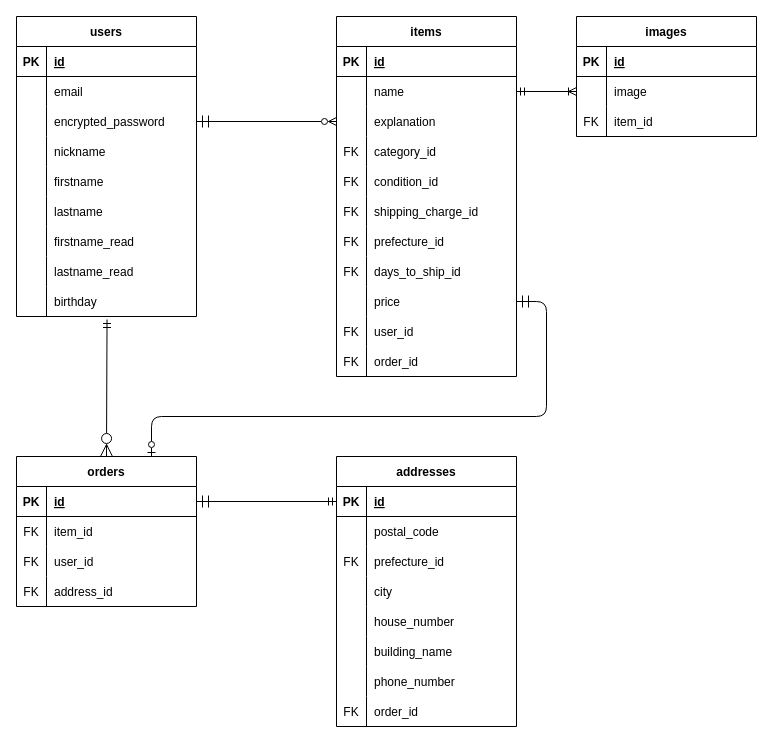
Before: er.dio in nagahiroBass/furima-37731, a draw.io diagram. Source tidied: cells renumbered, new cells numbered last; positions are measured from the earlier drawing's top-left corner, leaving out a move shared by most shapes. Both pictures are drawn from the tidied source at 100%, with x=0, y=0 at pixel (16, 16).
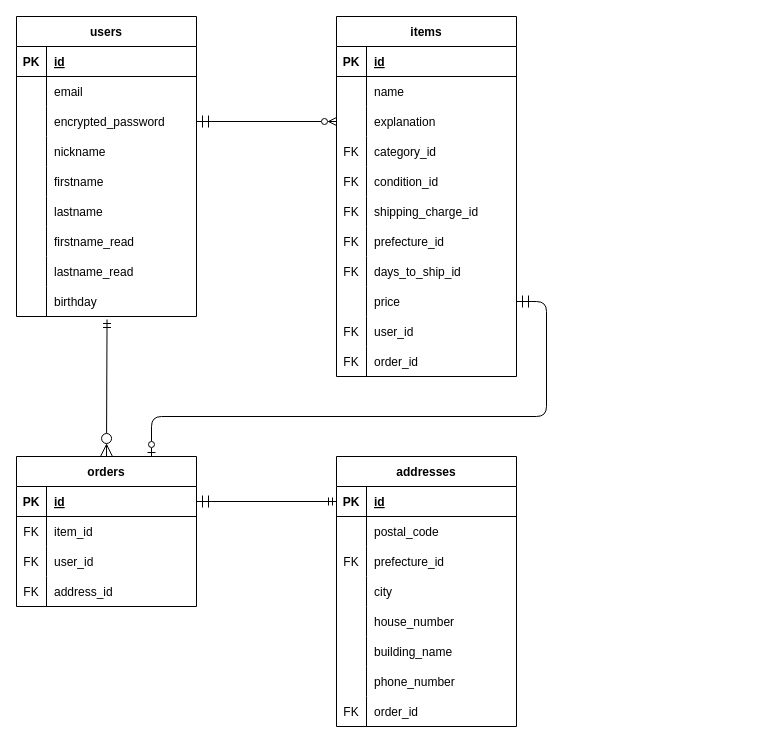
The same diagram, later.

Commit message (it also covers changes not shown here):
imagesテーブルの削除

The change refers to these unchanged cells:
```xml
<mxCell id="34" style="shape=partialRectangle;fillColor=none;top=0;left=0;bottom=0;right=0;points=[[0,0.5],[1,0.5]];portConstraint=eastwest;" parent="30" vertex="1">
  <mxGeometry y="60" width="180" height="30" as="geometry" />
</mxCell>
```

The edit, as a diff of the source:
```diff
@@
-    <mxCell id="106" value="images" style="shape=table;startSize=30;childLayout=tableLayout;rowLines=0;fontStyle=1;align=center;" parent="1" vertex="1">
-      <mxGeometry x="560" width="180" height="120" as="geometry" />
-    </mxCell>
-    <mxCell id="107" style="shape=partialRectangle;fillColor=none;top=0;left=0;bottom=1;right=0;" parent="106" vertex="1">
-      <mxGeometry y="30" width="180" height="30" as="geometry" />
-    </mxCell>
-    <mxCell id="108" value="PK" style="shape=partialRectangle;fillColor=none;top=0;left=0;bottom=0;right=0;fontStyle=1;overflow=hidden;" parent="107" vertex="1">
-      <mxGeometry width="30" height="30" as="geometry" />
-    </mxCell>
-    <mxCell id="109" value="id" style="shape=partialRectangle;fillColor=none;top=0;left=0;bottom=0;right=0;align=left;spacingLeft=6;fontStyle=5;overflow=hidden;" parent="107" vertex="1">
-      <mxGeometry x="30" width="150" height="30" as="geometry" />
-    </mxCell>
-    <mxCell id="110" style="shape=partialRectangle;fillColor=none;top=0;left=0;bottom=0;right=0;points=[[0,0.5],[1,0.5]];portConstraint=eastwest;" parent="106" vertex="1">
-      <mxGeometry y="60" width="180" height="30" as="geometry" />
-    </mxCell>
-    <mxCell id="111" style="shape=partialRectangle;fillColor=none;top=0;left=0;bottom=0;right=0;overflow=hidden;" parent="110" vertex="1">
-      <mxGeometry width="30" height="30" as="geometry" />
-    </mxCell>
-    <mxCell id="112" value="image" style="shape=partialRectangle;fillColor=none;top=0;left=0;bottom=0;right=0;align=left;spacingLeft=6;overflow=hidden;" parent="110" vertex="1">
-      <mxGeometry x="30" width="150" height="30" as="geometry" />
-    </mxCell>
-    <mxCell id="113" style="shape=partialRectangle;fillColor=none;top=0;left=0;bottom=0;right=0;" parent="106" vertex="1">
-      <mxGeometry y="90" width="180" height="30" as="geometry" />
-    </mxCell>
-    <mxCell id="114" value="FK" style="shape=partialRectangle;fillColor=none;top=0;left=0;bottom=0;right=0;overflow=hidden;" parent="113" vertex="1">
-      <mxGeometry width="30" height="30" as="geometry" />
-    </mxCell>
-    <mxCell id="115" value="item_id" style="shape=partialRectangle;fillColor=none;top=0;left=0;bottom=0;right=0;align=left;spacingLeft=6;overflow=hidden;" parent="113" vertex="1">
-      <mxGeometry x="30" width="150" height="30" as="geometry" />
-    </mxCell>
-    <mxCell id="116" style="edgeStyle=none;html=1;exitX=1;exitY=0.5;exitDx=0;exitDy=0;endArrow=ERoneToMany;endFill=0;startArrow=ERmandOne;startFill=0;" parent="1" edge="1" source="34" target="110">
-      <mxGeometry relative="1" as="geometry" />
-    </mxCell>
```
